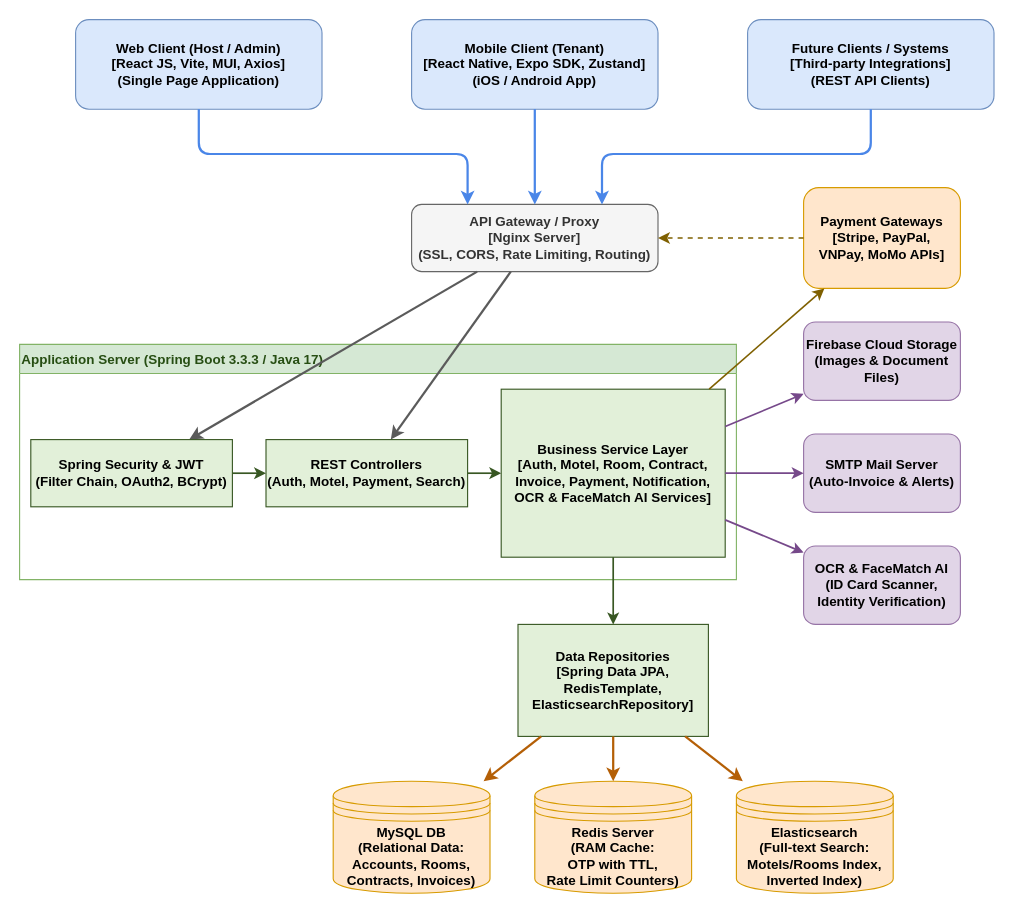
KienQuocVn/RRMS keeps this draw.io diagram as DRAWIO/ArchitecturalDesign.drawio. Above is the earlier version. Source tidied: cells renumbered, new cells numbered last; positions are measured from the earlier drawing's top-left corner, leaving out a move shared by most shapes. Both pictures are drawn from the tidied source at 112%, with x=0, y=0 at pixel (19, 19).
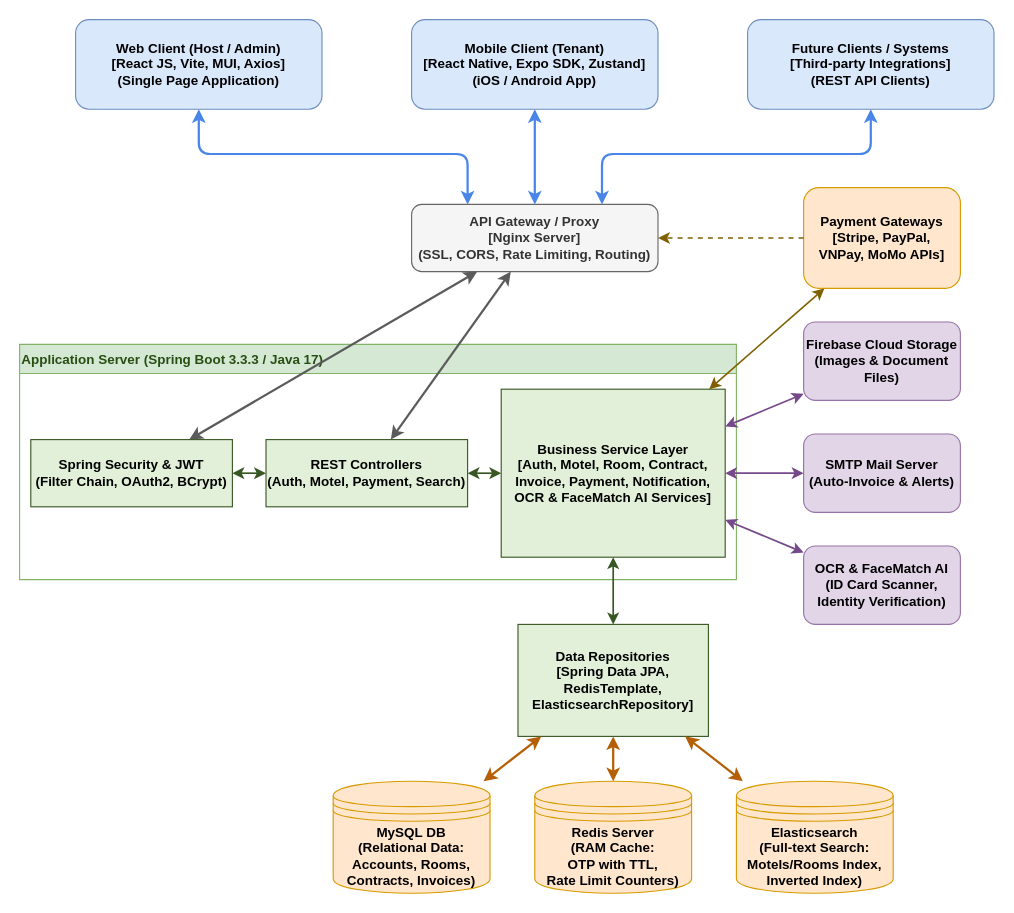
After the change.

The change refers to these unchanged cells:
```xml
<mxCell id="4" value="Web Client (Host / Admin)&#10;[React JS, Vite, MUI, Axios]&#10;(Single Page Application)" style="rounded=1;whiteSpace=wrap;html=1;fillColor=#dae8fc;strokeColor=#6c8ebf;fontStyle=1;align=center;" parent="1" vertex="1">
  <mxGeometry x="50" width="220" height="80" as="geometry" />
</mxCell>
<mxCell id="5" value="Mobile Client (Tenant)&#10;[React Native, Expo SDK, Zustand]&#10;(iOS / Android App)" style="rounded=1;whiteSpace=wrap;html=1;fillColor=#dae8fc;strokeColor=#6c8ebf;fontStyle=1;align=center;" parent="1" vertex="1">
  <mxGeometry x="350" width="220" height="80" as="geometry" />
</mxCell>
<mxCell id="6" value="Future Clients / Systems&#10;[Third-party Integrations]&#10;(REST API Clients)" style="rounded=1;whiteSpace=wrap;html=1;fillColor=#dae8fc;strokeColor=#6c8ebf;fontStyle=1;align=center;" parent="1" vertex="1">
  <mxGeometry x="650" width="220" height="80" as="geometry" />
</mxCell>
<mxCell id="7" value="API Gateway / Proxy&#10;[Nginx Server]&#10;(SSL, CORS, Rate Limiting, Routing)" style="rounded=1;whiteSpace=wrap;html=1;fillColor=#f5f5f5;strokeColor=#666666;fontColor=#333333;fontStyle=1;align=center;" parent="1" vertex="1">
  <mxGeometry x="350" y="165" width="220" height="60" as="geometry" />
</mxCell>
<mxCell id="8" value="Business Service Layer&#10;[Auth, Motel, Room, Contract,&#10;Invoice, Payment, Notification,&#10;OCR &amp; FaceMatch AI Services]" style="rounded=0;whiteSpace=wrap;html=1;fillColor=#e2f0d9;strokeColor=#385723;fontStyle=1;align=center;" parent="1" vertex="1">
  <mxGeometry x="430" y="330" width="200" height="150" as="geometry" />
</mxCell>
<mxCell id="9" value="Data Repositories&#10;[Spring Data JPA,&#10;RedisTemplate,&#10;ElasticsearchRepository]" style="rounded=0;whiteSpace=wrap;html=1;fillColor=#e2f0d9;strokeColor=#385723;fontStyle=1;align=center;" parent="1" vertex="1">
  <mxGeometry x="445" y="540" width="170" height="100" as="geometry" />
</mxCell>
<mxCell id="10" value="MySQL DB&#10;(Relational Data:&#10;Accounts, Rooms,&#10;Contracts, Invoices)" style="shape=datastore;whiteSpace=wrap;html=1;fillColor=#ffe6cc;strokeColor=#d79b00;fontStyle=1;align=center;" parent="1" vertex="1">
  <mxGeometry x="280" y="680" width="140" height="100" as="geometry" />
</mxCell>
<mxCell id="11" value="Redis Server&#10;(RAM Cache:&#10;OTP with TTL,&#10;Rate Limit Counters)" style="shape=datastore;whiteSpace=wrap;html=1;fillColor=#ffe6cc;strokeColor=#d79b00;fontStyle=1;align=center;" parent="1" vertex="1">
  <mxGeometry x="460" y="680" width="140" height="100" as="geometry" />
</mxCell>
<mxCell id="12" value="Elasticsearch&#10;(Full-text Search:&#10;Motels/Rooms Index,&#10;Inverted Index)" style="shape=datastore;whiteSpace=wrap;html=1;fillColor=#ffe6cc;strokeColor=#d79b00;fontStyle=1;align=center;" parent="1" vertex="1">
  <mxGeometry x="640" y="680" width="140" height="100" as="geometry" />
</mxCell>
<mxCell id="13" value="Payment Gateways&#10;[Stripe, PayPal,&#10;VNPay, MoMo APIs]" style="rounded=1;whiteSpace=wrap;html=1;fillColor=#ffe6cc;strokeColor=#d79b00;fontStyle=1;align=center;" parent="1" vertex="1">
  <mxGeometry x="700" y="150" width="140" height="90" as="geometry" />
</mxCell>
<mxCell id="14" value="Firebase Cloud Storage&#10;(Images &amp; Document Files)" style="rounded=1;whiteSpace=wrap;html=1;fillColor=#e1d5e7;strokeColor=#9673a6;fontStyle=1;align=center;" parent="1" vertex="1">
  <mxGeometry x="700" y="270" width="140" height="70" as="geometry" />
</mxCell>
<mxCell id="15" value="SMTP Mail Server&#10;(Auto-Invoice &amp; Alerts)" style="rounded=1;whiteSpace=wrap;html=1;fillColor=#e1d5e7;strokeColor=#9673a6;fontStyle=1;align=center;" parent="1" vertex="1">
  <mxGeometry x="700" y="370" width="140" height="70" as="geometry" />
</mxCell>
<mxCell id="16" value="OCR &amp; FaceMatch AI&#10;(ID Card Scanner,&#10;Identity Verification)" style="rounded=1;whiteSpace=wrap;html=1;fillColor=#e1d5e7;strokeColor=#9673a6;fontStyle=1;align=center;" parent="1" vertex="1">
  <mxGeometry x="700" y="470" width="140" height="70" as="geometry" />
</mxCell>
<mxCell id="33" value="REST Controllers&#10;(Auth, Motel, Payment, Search)" style="rounded=0;whiteSpace=wrap;html=1;fillColor=#e2f0d9;strokeColor=#385723;fontStyle=1;align=center;" parent="1" vertex="1">
  <mxGeometry x="220" y="375" width="180" height="60" as="geometry" />
</mxCell>
<mxCell id="34" value="Spring Security &amp; JWT&#10;(Filter Chain, OAuth2, BCrypt)" style="rounded=0;whiteSpace=wrap;html=1;fillColor=#e2f0d9;strokeColor=#385723;fontStyle=1;align=center;" parent="1" vertex="1">
  <mxGeometry x="10" y="375" width="180" height="60" as="geometry" />
</mxCell>
```

Change to the diagram source:
```diff
@@
-    <mxCell id="17" style="edgeStyle=orthogonalEdgeStyle;rounded=1;jettySize=auto;html=1;strokeWidth=2;strokeColor=#4a86e8;endArrow=classic;" parent="1" edge="1" source="4" target="7">
+    <mxCell id="17" style="edgeStyle=orthogonalEdgeStyle;rounded=1;jettySize=auto;html=1;strokeWidth=2;strokeColor=#4a86e8;startArrow=classic;endArrow=classic;" parent="1" edge="1" source="4" target="7">
       <mxGeometry relative="1" as="geometry">
         <Array as="points">
           <mxPoint x="160" y="120" />
           <mxPoint x="400" y="120" />
         </Array>
       </mxGeometry>
     </mxCell>
-    <mxCell id="18" style="edgeStyle=orthogonalEdgeStyle;rounded=1;jettySize=auto;html=1;strokeWidth=2;strokeColor=#4a86e8;endArrow=classic;" parent="1" edge="1" source="5" target="7">
+    <mxCell id="18" style="edgeStyle=orthogonalEdgeStyle;rounded=1;jettySize=auto;html=1;strokeWidth=2;strokeColor=#4a86e8;startArrow=classic;endArrow=classic;" parent="1" edge="1" source="5" target="7">
       <mxGeometry relative="1" as="geometry" />
     </mxCell>
-    <mxCell id="19" style="edgeStyle=orthogonalEdgeStyle;rounded=1;jettySize=auto;html=1;strokeWidth=2;strokeColor=#4a86e8;endArrow=classic;" parent="1" edge="1" source="6" target="7">
+    <mxCell id="19" style="edgeStyle=orthogonalEdgeStyle;rounded=1;jettySize=auto;html=1;strokeWidth=2;strokeColor=#4a86e8;startArrow=classic;endArrow=classic;" parent="1" edge="1" source="6" target="7">
       <mxGeometry relative="1" as="geometry">
         <Array as="points">
           <mxPoint x="760" y="120" />
           <mxPoint x="520" y="120" />
         </Array>
       </mxGeometry>
     </mxCell>
-    <mxCell id="20" style="rounded=1;jettySize=auto;html=1;strokeWidth=2;strokeColor=#5b5b5b;endArrow=classic;" parent="1" edge="1" source="7" target="34">
+    <mxCell id="20" style="rounded=1;jettySize=auto;html=1;strokeWidth=2;strokeColor=#5b5b5b;startArrow=classic;endArrow=classic;" parent="1" edge="1" source="7" target="34">
       <mxGeometry relative="1" as="geometry" />
     </mxCell>
-    <mxCell id="21" style="rounded=1;jettySize=auto;html=1;strokeWidth=2;strokeColor=#5b5b5b;endArrow=classic;" parent="1" edge="1" source="7" target="33">
+    <mxCell id="21" style="rounded=1;jettySize=auto;html=1;strokeWidth=2;strokeColor=#5b5b5b;startArrow=classic;endArrow=classic;" parent="1" edge="1" source="7" target="33">
       <mxGeometry relative="1" as="geometry" />
     </mxCell>
-    <mxCell id="22" style="rounded=1;jettySize=auto;html=1;strokeWidth=1.5;strokeColor=#385723;endArrow=classic;" parent="1" edge="1" source="34" target="33">
+    <mxCell id="22" style="rounded=1;jettySize=auto;html=1;strokeWidth=1.5;strokeColor=#385723;startArrow=classic;endArrow=classic;" parent="1" edge="1" source="34" target="33">
       <mxGeometry relative="1" as="geometry" />
     </mxCell>
-    <mxCell id="23" style="rounded=1;jettySize=auto;html=1;strokeWidth=1.5;strokeColor=#385723;endArrow=classic;" parent="1" edge="1" source="33" target="8">
+    <mxCell id="23" style="rounded=1;jettySize=auto;html=1;strokeWidth=1.5;strokeColor=#385723;startArrow=classic;endArrow=classic;" parent="1" edge="1" source="33" target="8">
       <mxGeometry relative="1" as="geometry" />
     </mxCell>
-    <mxCell id="24" style="rounded=1;jettySize=auto;html=1;strokeWidth=1.5;strokeColor=#385723;endArrow=classic;" parent="1" edge="1" source="8" target="9">
+    <mxCell id="24" style="rounded=1;jettySize=auto;html=1;strokeWidth=1.5;strokeColor=#385723;startArrow=classic;endArrow=classic;" parent="1" edge="1" source="8" target="9">
       <mxGeometry relative="1" as="geometry" />
     </mxCell>
-    <mxCell id="25" style="rounded=1;jettySize=auto;html=1;strokeWidth=2;strokeColor=#b45f06;endArrow=classic;" parent="1" edge="1" source="9" target="10">
+    <mxCell id="25" style="rounded=1;jettySize=auto;html=1;strokeWidth=2;strokeColor=#b45f06;startArrow=classic;endArrow=classic;" parent="1" edge="1" source="9" target="10">
       <mxGeometry relative="1" as="geometry" />
     </mxCell>
-    <mxCell id="26" style="rounded=1;jettySize=auto;html=1;strokeWidth=2;strokeColor=#b45f06;endArrow=classic;" parent="1" edge="1" source="9" target="11">
+    <mxCell id="26" style="rounded=1;jettySize=auto;html=1;strokeWidth=2;strokeColor=#b45f06;startArrow=classic;endArrow=classic;" parent="1" edge="1" source="9" target="11">
       <mxGeometry relative="1" as="geometry" />
     </mxCell>
-    <mxCell id="27" style="rounded=1;jettySize=auto;html=1;strokeWidth=2;strokeColor=#b45f06;endArrow=classic;" parent="1" edge="1" source="9" target="12">
+    <mxCell id="27" style="rounded=1;jettySize=auto;html=1;strokeWidth=2;strokeColor=#b45f06;startArrow=classic;endArrow=classic;" parent="1" edge="1" source="9" target="12">
       <mxGeometry relative="1" as="geometry" />
     </mxCell>
-    <mxCell id="28" style="rounded=1;jettySize=auto;html=1;strokeWidth=1.5;strokeColor=#7f6000;endArrow=classic;" parent="1" edge="1" source="8" target="13">
+    <mxCell id="28" style="rounded=1;jettySize=auto;html=1;strokeWidth=1.5;strokeColor=#7f6000;startArrow=classic;endArrow=classic;" parent="1" edge="1" source="8" target="13">
       <mxGeometry relative="1" as="geometry" />
     </mxCell>
-    <mxCell id="29" style="rounded=1;jettySize=auto;html=1;strokeWidth=1.5;strokeColor=#76498a;endArrow=classic;" parent="1" edge="1" source="8" target="14">
+    <mxCell id="29" style="rounded=1;jettySize=auto;html=1;strokeWidth=1.5;strokeColor=#76498a;startArrow=classic;endArrow=classic;" parent="1" edge="1" source="8" target="14">
       <mxGeometry relative="1" as="geometry" />
     </mxCell>
-    <mxCell id="30" style="rounded=1;jettySize=auto;html=1;strokeWidth=1.5;strokeColor=#76498a;endArrow=classic;" parent="1" edge="1" source="8" target="15">
+    <mxCell id="30" style="rounded=1;jettySize=auto;html=1;strokeWidth=1.5;strokeColor=#76498a;startArrow=classic;endArrow=classic;" parent="1" edge="1" source="8" target="15">
       <mxGeometry relative="1" as="geometry" />
     </mxCell>
-    <mxCell id="31" style="rounded=1;jettySize=auto;html=1;strokeWidth=1.5;strokeColor=#76498a;endArrow=classic;" parent="1" edge="1" source="8" target="16">
+    <mxCell id="31" style="rounded=1;jettySize=auto;html=1;strokeWidth=1.5;strokeColor=#76498a;startArrow=classic;endArrow=classic;" parent="1" edge="1" source="8" target="16">
       <mxGeometry relative="1" as="geometry" />
     </mxCell>
```
